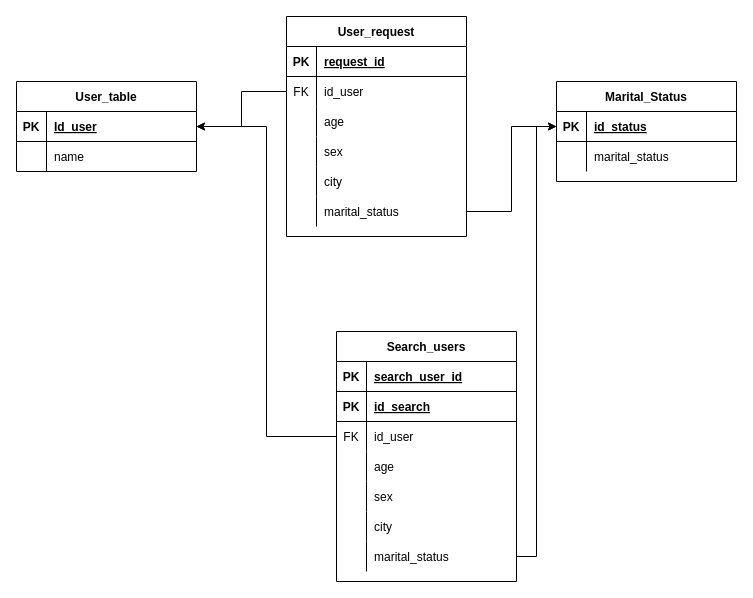
The draw.io diagram VKinder.drawio in wolf24ru/Vk_inder, before the edit. Source tidied: cells renumbered, new cells numbered last; positions are measured from the earlier drawing's top-left corner, leaving out a move shared by most shapes. Both pictures are drawn from the tidied source at 100%, with x=0, y=0 at pixel (16, 16).
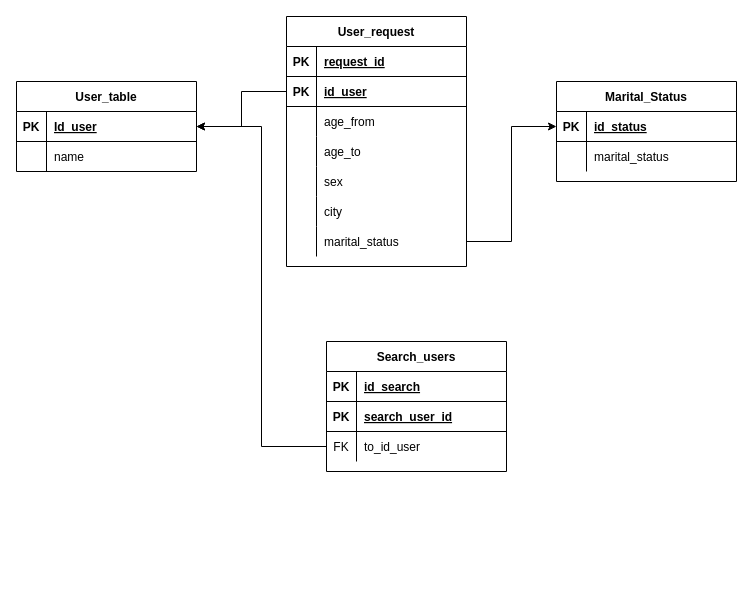
After the change.

Unchanged cells that the change refers to:
```xml
<mxCell id="3" style="shape=partialRectangle;fillColor=none;top=0;left=0;bottom=1;right=0;points=[[0,0.5],[1,0.5]];portConstraint=eastwest;" parent="2" vertex="1">
  <mxGeometry y="30" width="180" height="30" as="geometry" />
</mxCell>
<mxCell id="16" style="shape=partialRectangle;fillColor=none;top=0;left=0;bottom=0;right=0;" parent="9" vertex="1">
  <mxGeometry y="90" width="180" height="30" as="geometry" />
</mxCell>
<mxCell id="38" style="shape=partialRectangle;fillColor=none;top=0;left=0;bottom=0;right=0;points=[[0,0.5],[1,0.5]];portConstraint=eastwest;" parent="31" vertex="1">
  <mxGeometry y="90" width="180" height="30" as="geometry" />
</mxCell>
<mxCell id="56" style="shape=partialRectangle;fillColor=none;top=0;left=0;bottom=1;right=0;points=[[0,0.5],[1,0.5]];portConstraint=eastwest;" parent="55" vertex="1">
  <mxGeometry y="30" width="180" height="30" as="geometry" />
</mxCell>
```

Change to the diagram source:
```diff
@@
     <mxCell id="9" value="User_request" style="shape=table;startSize=30;childLayout=tableLayout;rowLines=0;fontStyle=1;align=center;" parent="1" vertex="1">
-      <mxGeometry x="270" width="180" height="220" as="geometry" />
+      <mxGeometry x="270" width="180" height="250" as="geometry" />
     </mxCell>
@@
-    <mxCell id="13" style="shape=partialRectangle;fillColor=none;top=0;left=0;bottom=0;right=0;points=[[0,0.5],[1,0.5]];portConstraint=eastwest;" parent="9" vertex="1">
-      <mxGeometry y="60" width="180" height="30" as="geometry" />
-    </mxCell>
-    <mxCell id="14" value="FK" style="shape=partialRectangle;fillColor=none;top=0;left=0;bottom=0;right=0;fontStyle=0;overflow=hidden;" parent="13" vertex="1">
-      <mxGeometry width="30" height="30" as="geometry" />
-    </mxCell>
+    <mxCell id="64" style="shape=partialRectangle;fillColor=none;top=0;left=0;bottom=1;right=0;points=[[0,0.5],[1,0.5]];portConstraint=eastwest;" parent="9" vertex="1">
+      <mxGeometry y="60" width="180" height="30" as="geometry" />
+    </mxCell>
+    <mxCell id="65" value="PK" style="shape=partialRectangle;fillColor=none;top=0;left=0;bottom=0;right=0;fontStyle=1;overflow=hidden;" parent="64" vertex="1">
+      <mxGeometry width="30" height="30" as="geometry" />
+    </mxCell>
-    <mxCell id="15" value="id_user" style="shape=partialRectangle;fillColor=none;top=0;left=0;bottom=0;right=0;align=left;spacingLeft=6;fontStyle=0;overflow=hidden;" parent="13" vertex="1">
+    <mxCell id="15" value="id_user" style="shape=partialRectangle;fillColor=none;top=0;left=0;bottom=0;right=0;align=left;spacingLeft=6;fontStyle=5;overflow=hidden;" parent="64" vertex="1">
       <mxGeometry x="30" width="150" height="30" as="geometry" />
     </mxCell>
@@
-    <mxCell id="18" value="age" style="shape=partialRectangle;fillColor=none;top=0;left=0;bottom=0;right=0;align=left;spacingLeft=6;overflow=hidden;" parent="16" vertex="1">
+    <mxCell id="18" value="age_from" style="shape=partialRectangle;fillColor=none;top=0;left=0;bottom=0;right=0;align=left;spacingLeft=6;overflow=hidden;" parent="16" vertex="1">
       <mxGeometry x="30" width="150" height="30" as="geometry" />
     </mxCell>
+    <mxCell id="41" style="shape=partialRectangle;fillColor=none;top=0;left=0;bottom=0;right=0;" parent="9" vertex="1">
+      <mxGeometry y="120" width="180" height="30" as="geometry" />
+    </mxCell>
+    <mxCell id="66" style="shape=partialRectangle;fillColor=none;top=0;left=0;bottom=0;right=0;overflow=hidden;" parent="41" vertex="1">
+      <mxGeometry width="30" height="30" as="geometry" />
+    </mxCell>
+    <mxCell id="67" value="age_to" style="shape=partialRectangle;fillColor=none;top=0;left=0;bottom=0;right=0;align=left;spacingLeft=6;overflow=hidden;" parent="41" vertex="1">
+      <mxGeometry x="30" width="150" height="30" as="geometry" />
+    </mxCell>
     <mxCell id="19" style="shape=partialRectangle;fillColor=none;top=0;left=0;bottom=0;right=0;" parent="9" vertex="1">
-      <mxGeometry y="120" width="180" height="30" as="geometry" />
+      <mxGeometry y="150" width="180" height="30" as="geometry" />
     </mxCell>
@@
     <mxCell id="22" style="shape=partialRectangle;fillColor=none;top=0;left=0;bottom=0;right=0;" parent="9" vertex="1">
-      <mxGeometry y="150" width="180" height="30" as="geometry" />
+      <mxGeometry y="180" width="180" height="30" as="geometry" />
     </mxCell>
@@
     <mxCell id="25" style="shape=partialRectangle;fillColor=none;top=0;left=0;bottom=0;right=0;points=[[0,0.5],[1,0.5]];portConstraint=eastwest;" parent="9" vertex="1">
-      <mxGeometry y="180" width="180" height="30" as="geometry" />
+      <mxGeometry y="210" width="180" height="30" as="geometry" />
     </mxCell>
@@
-    <mxCell id="30" style="edgeStyle=orthogonalEdgeStyle;rounded=0;jettySize=auto;html=1;exitX=0;exitY=0.5;exitDx=0;exitDy=0;entryX=1;entryY=0.5;entryDx=0;entryDy=0;" parent="1" edge="1" source="13" target="3">
-      <mxGeometry relative="1" as="geometry" />
-    </mxCell>
     <mxCell id="31" value="Search_users" style="shape=table;startSize=30;childLayout=tableLayout;rowLines=0;fontStyle=1;align=center;" parent="1" vertex="1">
-      <mxGeometry x="320" y="315" width="180" height="250" as="geometry" />
+      <mxGeometry x="310" y="325" width="180" height="130" as="geometry" />
     </mxCell>
+    <mxCell id="35" style="shape=partialRectangle;fillColor=none;top=0;left=0;bottom=1;right=0;" parent="31" vertex="1">
+      <mxGeometry y="30" width="180" height="30" as="geometry" />
+    </mxCell>
+    <mxCell id="36" value="PK" style="shape=partialRectangle;fillColor=none;top=0;left=0;bottom=0;right=0;fontStyle=1;overflow=hidden;" parent="35" vertex="1">
+      <mxGeometry width="30" height="30" as="geometry" />
+    </mxCell>
+    <mxCell id="37" value="id_search" style="shape=partialRectangle;fillColor=none;top=0;left=0;bottom=0;right=0;align=left;spacingLeft=6;fontStyle=5;overflow=hidden;" parent="35" vertex="1">
+      <mxGeometry x="30" width="150" height="30" as="geometry" />
+    </mxCell>
     <mxCell id="32" style="shape=partialRectangle;fillColor=none;top=0;left=0;bottom=1;right=0;" parent="31" vertex="1">
-      <mxGeometry y="30" width="180" height="30" as="geometry" />
+      <mxGeometry y="60" width="180" height="30" as="geometry" />
     </mxCell>
@@
-    <mxCell id="35" style="shape=partialRectangle;fillColor=none;top=0;left=0;bottom=1;right=0;" parent="31" vertex="1">
-      <mxGeometry y="60" width="180" height="30" as="geometry" />
-    </mxCell>
-    <mxCell id="36" value="PK" style="shape=partialRectangle;fillColor=none;top=0;left=0;bottom=0;right=0;fontStyle=1;overflow=hidden;" parent="35" vertex="1">
-      <mxGeometry width="30" height="30" as="geometry" />
-    </mxCell>
-    <mxCell id="37" value="id_search" style="shape=partialRectangle;fillColor=none;top=0;left=0;bottom=0;right=0;align=left;spacingLeft=6;fontStyle=5;overflow=hidden;" parent="35" vertex="1">
-      <mxGeometry x="30" width="150" height="30" as="geometry" />
-    </mxCell>
@@
-    <mxCell id="40" value="id_user" style="shape=partialRectangle;fillColor=none;top=0;left=0;bottom=0;right=0;align=left;spacingLeft=6;fontStyle=0;overflow=hidden;" parent="38" vertex="1">
+    <mxCell id="40" value="to_id_user" style="shape=partialRectangle;fillColor=none;top=0;left=0;bottom=0;right=0;align=left;spacingLeft=6;fontStyle=0;overflow=hidden;" parent="38" vertex="1">
       <mxGeometry x="30" width="150" height="30" as="geometry" />
     </mxCell>
-    <mxCell id="41" style="shape=partialRectangle;fillColor=none;top=0;left=0;bottom=0;right=0;" parent="31" vertex="1">
-      <mxGeometry y="120" width="180" height="30" as="geometry" />
-    </mxCell>
-    <mxCell id="42" style="shape=partialRectangle;fillColor=none;top=0;left=0;bottom=0;right=0;overflow=hidden;" parent="41" vertex="1">
-      <mxGeometry width="30" height="30" as="geometry" />
-    </mxCell>
-    <mxCell id="43" value="age" style="shape=partialRectangle;fillColor=none;top=0;left=0;bottom=0;right=0;align=left;spacingLeft=6;overflow=hidden;" parent="41" vertex="1">
-      <mxGeometry x="30" width="150" height="30" as="geometry" />
-    </mxCell>
-    <mxCell id="44" style="shape=partialRectangle;fillColor=none;top=0;left=0;bottom=0;right=0;" parent="31" vertex="1">
-      <mxGeometry y="150" width="180" height="30" as="geometry" />
-    </mxCell>
-    <mxCell id="45" style="shape=partialRectangle;fillColor=none;top=0;left=0;bottom=0;right=0;overflow=hidden;" parent="44" vertex="1">
-      <mxGeometry width="30" height="30" as="geometry" />
-    </mxCell>
-    <mxCell id="46" value="sex" style="shape=partialRectangle;fillColor=none;top=0;left=0;bottom=0;right=0;align=left;spacingLeft=6;overflow=hidden;" parent="44" vertex="1">
-      <mxGeometry x="30" width="150" height="30" as="geometry" />
-    </mxCell>
-    <mxCell id="47" style="shape=partialRectangle;fillColor=none;top=0;left=0;bottom=0;right=0;" parent="31" vertex="1">
-      <mxGeometry y="180" width="180" height="30" as="geometry" />
-    </mxCell>
-    <mxCell id="48" style="shape=partialRectangle;fillColor=none;top=0;left=0;bottom=0;right=0;overflow=hidden;" parent="47" vertex="1">
-      <mxGeometry width="30" height="30" as="geometry" />
-    </mxCell>
-    <mxCell id="49" value="city" style="shape=partialRectangle;fillColor=none;top=0;left=0;bottom=0;right=0;align=left;spacingLeft=6;overflow=hidden;" parent="47" vertex="1">
-      <mxGeometry x="30" width="150" height="30" as="geometry" />
-    </mxCell>
-    <mxCell id="50" style="shape=partialRectangle;fillColor=none;top=0;left=0;bottom=0;right=0;points=[[0,0.5],[1,0.5]];portConstraint=eastwest;" parent="31" vertex="1">
-      <mxGeometry y="210" width="180" height="30" as="geometry" />
-    </mxCell>
-    <mxCell id="51" style="shape=partialRectangle;fillColor=none;top=0;left=0;bottom=0;right=0;fontStyle=0;overflow=hidden;" parent="50" vertex="1">
-      <mxGeometry width="30" height="30" as="geometry" />
-    </mxCell>
-    <mxCell id="52" value="marital_status" style="shape=partialRectangle;fillColor=none;top=0;left=0;bottom=0;right=0;align=left;spacingLeft=6;fontStyle=0;overflow=hidden;" parent="50" vertex="1">
-      <mxGeometry x="30" width="150" height="30" as="geometry" />
-    </mxCell>
-    <mxCell id="53" style="edgeStyle=orthogonalEdgeStyle;rounded=0;orthogonalLoop=1;jettySize=auto;html=1;exitX=1;exitY=0.5;exitDx=0;exitDy=0;" parent="31" edge="1" source="50" target="50">
-      <mxGeometry relative="1" as="geometry" />
+    <mxCell id="53" style="edgeStyle=orthogonalEdgeStyle;rounded=0;orthogonalLoop=1;jettySize=auto;html=1;exitX=1;exitY=0.5;exitDx=0;exitDy=0;" parent="31" edge="1">
+      <mxGeometry relative="1" as="geometry">
+        <mxPoint x="180" y="135" as="sourcePoint" />
+        <mxPoint x="180" y="135" as="targetPoint" />
+      </mxGeometry>
     </mxCell>
@@
-    <mxCell id="63" style="edgeStyle=orthogonalEdgeStyle;rounded=0;jettySize=auto;html=1;exitX=1;exitY=0.5;exitDx=0;exitDy=0;entryX=0;entryY=0.5;entryDx=0;entryDy=0;" parent="1" edge="1" source="50" target="56">
-      <mxGeometry relative="1" as="geometry" />
-    </mxCell>
+    <mxCell id="68" style="edgeStyle=orthogonalEdgeStyle;rounded=0;jettySize=auto;html=1;exitX=0;exitY=0.5;exitDx=0;exitDy=0;" parent="1" edge="1" source="64" target="3">
+      <mxGeometry relative="1" as="geometry" />
+    </mxCell>
```
